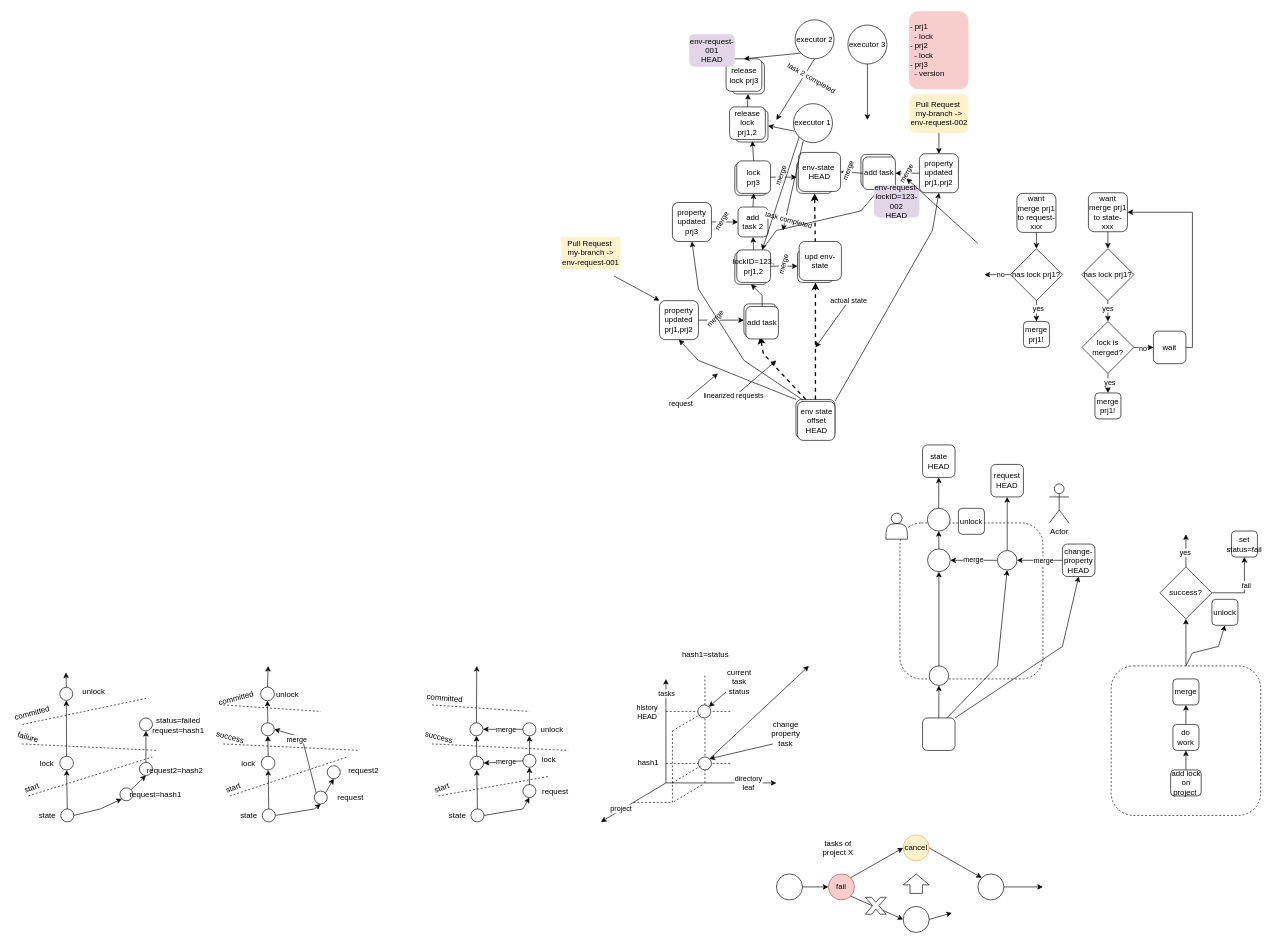
The draw.io diagram branches-architecture.drawio in andreyzebin/vezuvio, before the edit. Source tidied: cells renumbered, new cells numbered last; positions are measured from the earlier drawing's top-left corner, leaving out a move shared by most shapes. Both pictures are drawn from the tidied source at 65%, with x=0, y=0 at pixel (12, 11).
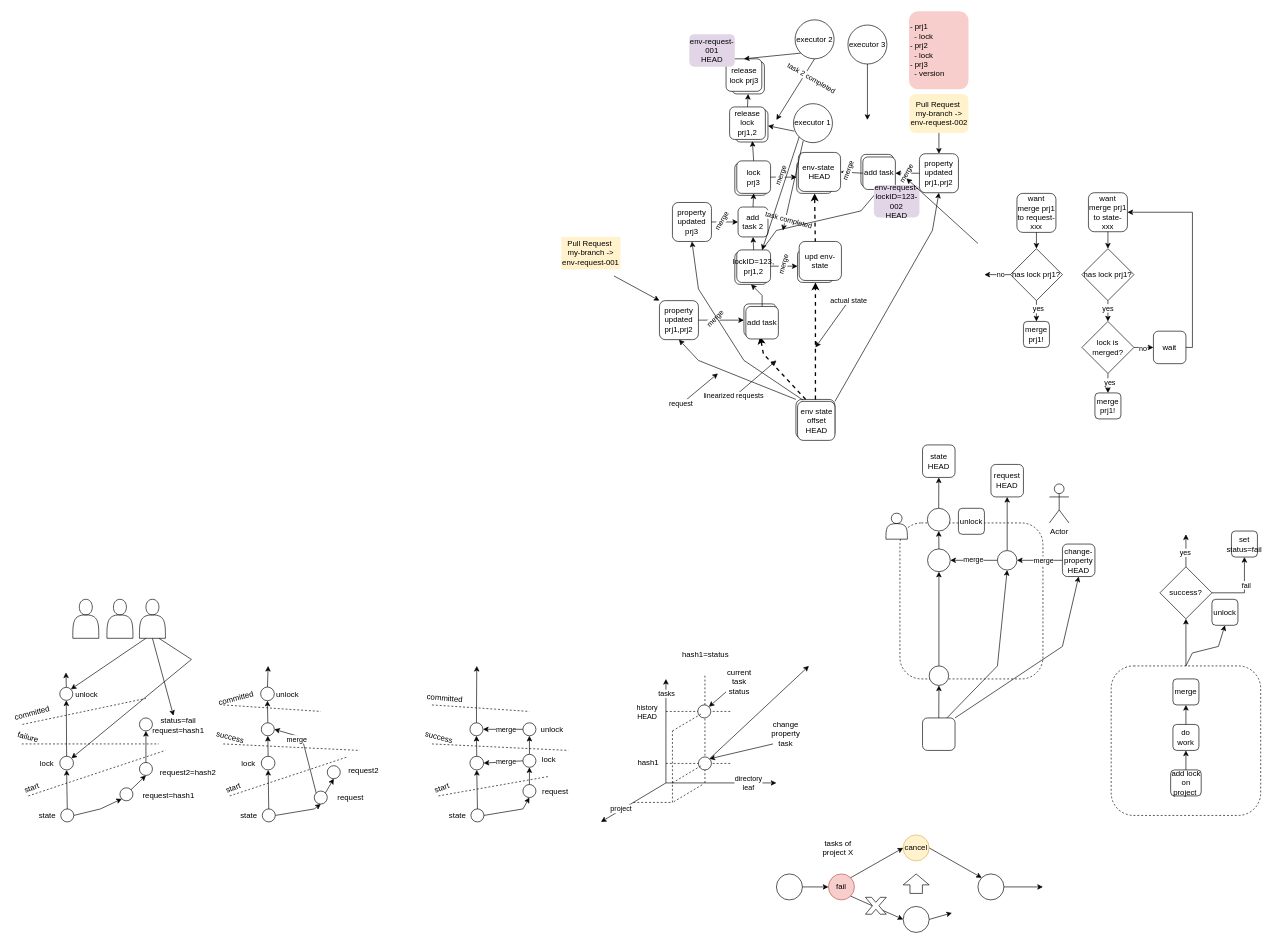
Above is the later version.

Unchanged cells that the change refers to:
```xml
<mxCell id="226" style="ellipse;whiteSpace=wrap;html=1;" parent="1" vertex="1">
  <mxGeometry x="73.5" y="1146" width="21" height="21" as="geometry" />
</mxCell>
<mxCell id="241" style="ellipse;whiteSpace=wrap;html=1;" parent="1" vertex="1">
  <mxGeometry x="73.5" y="1040" width="20" height="20" as="geometry" />
</mxCell>
```

Diff of the diagram source:
```diff
@@
     <mxCell id="225" value="request=hash1" style="text;html=1;align=center;verticalAlign=middle;whiteSpace=wrap;rounded=0;" parent="1" vertex="1">
-      <mxGeometry x="196" y="1197" width="50" height="15" as="geometry" />
+      <mxGeometry x="216" y="1199.5" width="50" height="15" as="geometry" />
     </mxCell>
@@
     <mxCell id="229" style="endArrow=none;dashed=1;html=1;rounded=0;" parent="1" edge="1">
       <mxGeometry relative="1" as="geometry">
         <mxPoint x="15" y="1127" as="sourcePoint" />
-        <mxPoint x="225" y="1137" as="targetPoint" />
+        <mxPoint x="226" y="1127" as="targetPoint" />
       </mxGeometry>
     </mxCell>
@@
     <mxCell id="231" style="endArrow=none;dashed=1;html=1;rounded=0;" parent="1" edge="1">
       <mxGeometry relative="1" as="geometry">
         <mxPoint x="25" y="1207" as="sourcePoint" />
-        <mxPoint x="216" y="1147" as="targetPoint" />
+        <mxPoint x="236" y="1137" as="targetPoint" />
       </mxGeometry>
     </mxCell>
@@
     <mxCell id="237" value="request2=hash2" style="text;html=1;align=center;verticalAlign=middle;whiteSpace=wrap;rounded=0;" parent="1" vertex="1">
-      <mxGeometry x="226" y="1160.5" width="50" height="15" as="geometry" />
+      <mxGeometry x="246" y="1163" width="50" height="15" as="geometry" />
     </mxCell>
@@
     <mxCell id="240" value="unlock" style="text;html=1;align=center;verticalAlign=middle;whiteSpace=wrap;rounded=0;" parent="1" vertex="1">
-      <mxGeometry x="106" y="1039.5" width="40" height="15" as="geometry" />
+      <mxGeometry x="94.5" y="1044.5" width="40" height="15" as="geometry" />
     </mxCell>
@@
-    <mxCell id="244" value="status=failed&lt;div&gt;request=hash1&lt;/div&gt;" style="text;html=1;align=center;verticalAlign=middle;whiteSpace=wrap;rounded=0;" parent="1" vertex="1">
-      <mxGeometry x="216" y="1087" width="80" height="21.2" as="geometry" />
-    </mxCell>
+    <mxCell id="245" style="shape=actor;whiteSpace=wrap;html=1;" parent="1" vertex="1">
+      <mxGeometry x="146" y="904.5" width="40" height="60" as="geometry" />
+    </mxCell>
+    <mxCell id="246" style="shape=actor;whiteSpace=wrap;html=1;" parent="1" vertex="1">
+      <mxGeometry x="93.5" y="904.5" width="40" height="60" as="geometry" />
+    </mxCell>
+    <mxCell id="247" style="shape=actor;whiteSpace=wrap;html=1;" parent="1" vertex="1">
+      <mxGeometry x="196" y="904.5" width="40" height="60" as="geometry" />
+    </mxCell>
+    <mxCell id="248" style="endArrow=classic;html=1;rounded=0;exitX=0.75;exitY=1;exitDx=0;exitDy=0;entryX=1;entryY=0;entryDx=0;entryDy=0;" parent="1" edge="1" source="247" target="226">
+      <mxGeometry relative="1" as="geometry">
+        <Array as="points">
+          <mxPoint x="276" y="997" />
+        </Array>
+      </mxGeometry>
+    </mxCell>
+    <mxCell id="249" style="endArrow=classic;html=1;rounded=0;exitX=0.25;exitY=1;exitDx=0;exitDy=0;entryX=1;entryY=0;entryDx=0;entryDy=0;" parent="1" edge="1" source="247" target="241">
+      <mxGeometry relative="1" as="geometry" />
+    </mxCell>
+    <mxCell id="250" style="endArrow=classic;html=1;rounded=0;exitX=0.5;exitY=1;exitDx=0;exitDy=0;entryX=0.405;entryY=-0.16;entryDx=0;entryDy=0;entryPerimeter=0;" parent="1" edge="1" source="247">
+      <mxGeometry relative="1" as="geometry">
+        <mxPoint x="248.4" y="1083.6" as="targetPoint" />
+      </mxGeometry>
+    </mxCell>
+    <mxCell id="251" value="status=fail&lt;div&gt;request=hash1&lt;/div&gt;" style="text;html=1;align=center;verticalAlign=middle;whiteSpace=wrap;rounded=0;" parent="1" vertex="1">
+      <mxGeometry x="216" y="1088.2" width="80" height="21.2" as="geometry" />
+    </mxCell>
```
